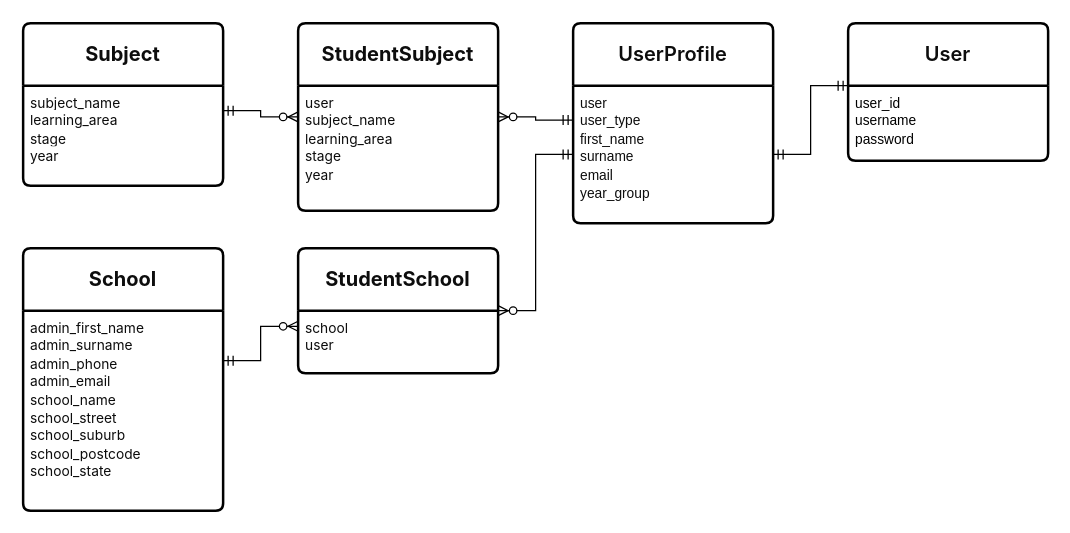
jamesking020773/jamesking020773.github.io keeps this draw.io diagram as ERD Textbook.drawio. Above is the earlier version. Source tidied: cells renumbered, new cells numbered last; positions are measured from the earlier drawing's top-left corner, leaving out a move shared by most shapes. Both pictures are drawn from the tidied source at 125%, with x=0, y=0 at pixel (22, 22).
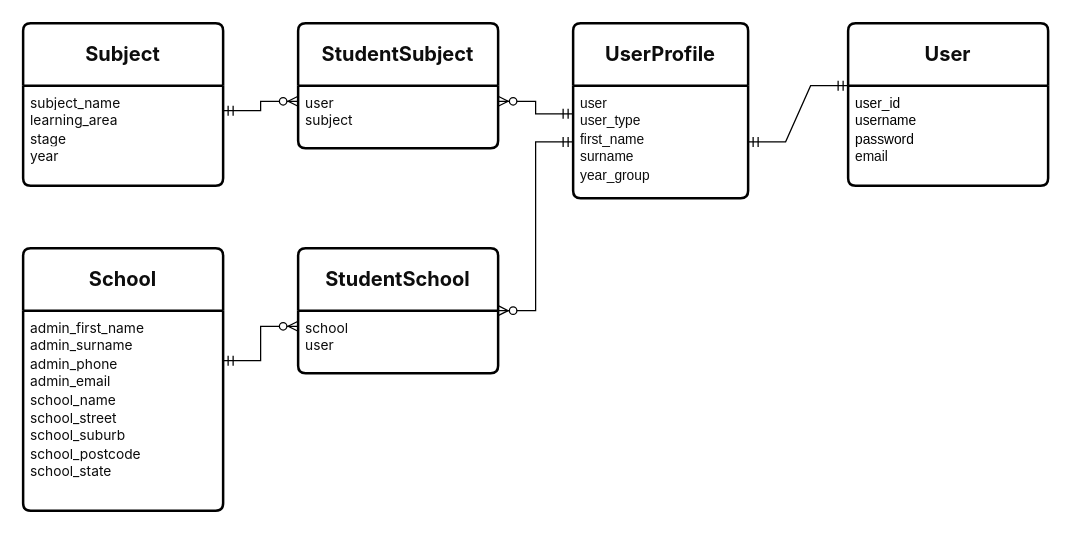
The same page after the edit.

What changed in the source:
```diff
@@
-    <mxCell id="2" value="&lt;span style=&quot;border: 0px solid rgb(227, 227, 227); box-sizing: border-box; --tw-border-spacing-x: 0; --tw-border-spacing-y: 0; --tw-translate-x: 0; --tw-translate-y: 0; --tw-rotate: 0; --tw-skew-x: 0; --tw-skew-y: 0; --tw-scale-x: 1; --tw-scale-y: 1; --tw-pan-x: ; --tw-pan-y: ; --tw-pinch-zoom: ; --tw-scroll-snap-strictness: proximity; --tw-gradient-from-position: ; --tw-gradient-via-position: ; --tw-gradient-to-position: ; --tw-ordinal: ; --tw-slashed-zero: ; --tw-numeric-figure: ; --tw-numeric-spacing: ; --tw-numeric-fraction: ; --tw-ring-inset: ; --tw-ring-offset-width: 0px; --tw-ring-offset-color: #fff; --tw-ring-color: rgba(69,89,164,.5); --tw-ring-offset-shadow: 0 0 transparent; --tw-ring-shadow: 0 0 transparent; --tw-shadow: 0 0 transparent; --tw-shadow-colored: 0 0 transparent; --tw-blur: ; --tw-brightness: ; --tw-contrast: ; --tw-grayscale: ; --tw-hue-rotate: ; --tw-invert: ; --tw-saturate: ; --tw-sepia: ; --tw-drop-shadow: ; --tw-backdrop-blur: ; --tw-backdrop-brightness: ; --tw-backdrop-contrast: ; --tw-backdrop-grayscale: ; --tw-backdrop-hue-rotate: ; --tw-backdrop-invert: ; --tw-backdrop-opacity: ; --tw-backdrop-saturate: ; --tw-backdrop-sepia: ; --tw-contain-size: ; --tw-contain-layout: ; --tw-contain-paint: ; --tw-contain-style: ; font-weight: 600; color: rgb(13, 13, 13); font-family: ui-sans-serif, -apple-system, system-ui, &amp;quot;Segoe UI&amp;quot;, Roboto, Ubuntu, Cantarell, &amp;quot;Noto Sans&amp;quot;, sans-serif, Helvetica, &amp;quot;Apple Color Emoji&amp;quot;, Arial, &amp;quot;Segoe UI Emoji&amp;quot;, &amp;quot;Segoe UI Symbol&amp;quot;; font-size: 16px; text-align: left; white-space-collapse: preserve; background-color: rgb(255, 255, 255);&quot;&gt;UserProfile&lt;/span&gt;" style="swimlane;horizontal=1;startSize=50;rounded=1;fontSize=14;fontStyle=0;strokeWidth=2;shadow=0;dashed=0;align=center;arcSize=4;whiteSpace=wrap;html=1;" parent="1" vertex="1">
-      <mxGeometry x="440" width="160" height="160" as="geometry" />
+    <mxCell id="2" value="&lt;span style=&quot;border: 0px solid rgb(227, 227, 227); box-sizing: border-box; --tw-border-spacing-x: 0; --tw-border-spacing-y: 0; --tw-translate-x: 0; --tw-translate-y: 0; --tw-rotate: 0; --tw-skew-x: 0; --tw-skew-y: 0; --tw-scale-x: 1; --tw-scale-y: 1; --tw-pan-x: ; --tw-pan-y: ; --tw-pinch-zoom: ; --tw-scroll-snap-strictness: proximity; --tw-gradient-from-position: ; --tw-gradient-via-position: ; --tw-gradient-to-position: ; --tw-ordinal: ; --tw-slashed-zero: ; --tw-numeric-figure: ; --tw-numeric-spacing: ; --tw-numeric-fraction: ; --tw-ring-inset: ; --tw-ring-offset-width: 0px; --tw-ring-offset-color: #fff; --tw-ring-color: rgba(69,89,164,.5); --tw-ring-offset-shadow: 0 0 transparent; --tw-ring-shadow: 0 0 transparent; --tw-shadow: 0 0 transparent; --tw-shadow-colored: 0 0 transparent; --tw-blur: ; --tw-brightness: ; --tw-contrast: ; --tw-grayscale: ; --tw-hue-rotate: ; --tw-invert: ; --tw-saturate: ; --tw-sepia: ; --tw-drop-shadow: ; --tw-backdrop-blur: ; --tw-backdrop-brightness: ; --tw-backdrop-contrast: ; --tw-backdrop-grayscale: ; --tw-backdrop-hue-rotate: ; --tw-backdrop-invert: ; --tw-backdrop-opacity: ; --tw-backdrop-saturate: ; --tw-backdrop-sepia: ; --tw-contain-size: ; --tw-contain-layout: ; --tw-contain-paint: ; --tw-contain-style: ; color: rgb(13, 13, 13); font-family: ui-sans-serif, -apple-system, system-ui, &amp;quot;Segoe UI&amp;quot;, Roboto, Ubuntu, Cantarell, &amp;quot;Noto Sans&amp;quot;, sans-serif, Helvetica, &amp;quot;Apple Color Emoji&amp;quot;, Arial, &amp;quot;Segoe UI Emoji&amp;quot;, &amp;quot;Segoe UI Symbol&amp;quot;; font-size: 16px; text-align: left; white-space-collapse: preserve; background-color: rgb(255, 255, 255);&quot;&gt;&lt;b&gt;UserProfile&lt;/b&gt;&lt;/span&gt;" style="swimlane;horizontal=1;startSize=50;rounded=1;fontSize=14;fontStyle=0;strokeWidth=2;shadow=0;dashed=0;align=center;arcSize=4;whiteSpace=wrap;html=1;" parent="1" vertex="1">
+      <mxGeometry x="440" width="140" height="140" as="geometry" />
     </mxCell>
-    <mxCell id="3" value="&lt;span style=&quot;color: rgb(13, 13, 13); white-space: pre-wrap; background-color: rgb(255, 255, 255);&quot;&gt;&lt;font face=&quot;Helvetica&quot; style=&quot;font-size: 11px;&quot;&gt;user&lt;/font&gt;&lt;/span&gt;&lt;div&gt;&lt;span style=&quot;color: rgb(13, 13, 13); white-space: pre-wrap; background-color: rgb(255, 255, 255);&quot;&gt;&lt;font style=&quot;font-size: 11px;&quot; face=&quot;Helvetica&quot;&gt;user_type&lt;/font&gt;&lt;/span&gt;&lt;/div&gt;&lt;div&gt;&lt;span style=&quot;color: rgb(13, 13, 13); white-space: pre-wrap; background-color: rgb(255, 255, 255);&quot;&gt;&lt;font style=&quot;font-size: 11px;&quot; face=&quot;Helvetica&quot;&gt;first_name&lt;/font&gt;&lt;/span&gt;&lt;/div&gt;&lt;div&gt;&lt;span style=&quot;color: rgb(13, 13, 13); white-space: pre-wrap; background-color: rgb(255, 255, 255);&quot;&gt;&lt;font style=&quot;font-size: 11px;&quot; face=&quot;Helvetica&quot;&gt;surname&lt;/font&gt;&lt;/span&gt;&lt;/div&gt;&lt;div&gt;&lt;span style=&quot;color: rgb(13, 13, 13); white-space: pre-wrap; background-color: rgb(255, 255, 255);&quot;&gt;&lt;font style=&quot;font-size: 11px;&quot; face=&quot;Helvetica&quot;&gt;email&lt;/font&gt;&lt;/span&gt;&lt;/div&gt;&lt;div&gt;&lt;span style=&quot;color: rgb(13, 13, 13); white-space: pre-wrap; background-color: rgb(255, 255, 255);&quot;&gt;&lt;font face=&quot;Helvetica&quot; style=&quot;font-size: 11px;&quot;&gt;year_group&lt;/font&gt;&lt;/span&gt;&lt;/div&gt;" style="align=left;strokeColor=none;fillColor=none;spacingLeft=4;fontSize=12;verticalAlign=top;html=1;" parent="2" vertex="1">
-      <mxGeometry y="50" width="160" height="110" as="geometry" />
+    <mxCell id="3" value="&lt;span style=&quot;color: rgb(13, 13, 13); white-space: pre-wrap; background-color: rgb(255, 255, 255);&quot;&gt;&lt;font face=&quot;Helvetica&quot; style=&quot;font-size: 11px;&quot;&gt;user&lt;/font&gt;&lt;/span&gt;&lt;div&gt;&lt;span style=&quot;font-size: 11px; background-color: rgb(255, 255, 255); color: rgb(13, 13, 13); white-space: pre-wrap;&quot;&gt;user_type&lt;/span&gt;&lt;/div&gt;&lt;div&gt;&lt;span style=&quot;font-size: 11px; background-color: rgb(255, 255, 255); color: rgb(13, 13, 13); white-space: pre-wrap;&quot;&gt;first_name&lt;/span&gt;&lt;div&gt;&lt;span style=&quot;color: rgb(13, 13, 13); white-space: pre-wrap; background-color: rgb(255, 255, 255);&quot;&gt;&lt;font style=&quot;font-size: 11px;&quot; face=&quot;Helvetica&quot;&gt;surname&lt;/font&gt;&lt;/span&gt;&lt;/div&gt;&lt;div&gt;&lt;span style=&quot;color: rgb(13, 13, 13); white-space: pre-wrap; background-color: rgb(255, 255, 255);&quot;&gt;&lt;font face=&quot;Helvetica&quot; style=&quot;font-size: 11px;&quot;&gt;year_group&lt;/font&gt;&lt;/span&gt;&lt;/div&gt;&lt;/div&gt;" style="align=left;strokeColor=none;fillColor=none;spacingLeft=4;fontSize=12;verticalAlign=top;html=1;" parent="2" vertex="1">
+      <mxGeometry y="50" width="140" height="90" as="geometry" />
     </mxCell>
-    <mxCell id="4" value="&lt;span style=&quot;color: rgb(13, 13, 13); font-family: ui-sans-serif, -apple-system, system-ui, &amp;quot;Segoe UI&amp;quot;, Roboto, Ubuntu, Cantarell, &amp;quot;Noto Sans&amp;quot;, sans-serif, Helvetica, &amp;quot;Apple Color Emoji&amp;quot;, Arial, &amp;quot;Segoe UI Emoji&amp;quot;, &amp;quot;Segoe UI Symbol&amp;quot;; font-size: 16px; font-weight: 600; text-align: left; white-space-collapse: preserve; background-color: rgb(255, 255, 255);&quot;&gt;User&lt;/span&gt;" style="swimlane;horizontal=1;startSize=50;rounded=1;fontSize=14;fontStyle=0;strokeWidth=2;shadow=0;dashed=0;align=center;arcSize=4;whiteSpace=wrap;html=1;" parent="1" vertex="1">
-      <mxGeometry x="660" width="160" height="110" as="geometry" />
+    <mxCell id="4" value="&lt;span style=&quot;color: rgb(13, 13, 13); font-family: ui-sans-serif, -apple-system, system-ui, &amp;quot;Segoe UI&amp;quot;, Roboto, Ubuntu, Cantarell, &amp;quot;Noto Sans&amp;quot;, sans-serif, Helvetica, &amp;quot;Apple Color Emoji&amp;quot;, Arial, &amp;quot;Segoe UI Emoji&amp;quot;, &amp;quot;Segoe UI Symbol&amp;quot;; font-size: 16px; text-align: left; white-space-collapse: preserve; background-color: rgb(255, 255, 255);&quot;&gt;&lt;b&gt;User&lt;/b&gt;&lt;/span&gt;" style="swimlane;horizontal=1;startSize=50;rounded=1;fontSize=14;fontStyle=0;strokeWidth=2;shadow=0;dashed=0;align=center;arcSize=4;whiteSpace=wrap;html=1;" parent="1" vertex="1">
+      <mxGeometry x="660" width="160" height="130" as="geometry" />
     </mxCell>
-    <mxCell id="5" value="&lt;font style=&quot;font-size: 11px;&quot;&gt;user_id&lt;/font&gt;&lt;div&gt;&lt;font style=&quot;font-size: 11px;&quot;&gt;username&lt;br&gt;&lt;/font&gt;&lt;div&gt;&lt;font style=&quot;font-size: 11px;&quot;&gt;password&lt;/font&gt;&lt;/div&gt;&lt;/div&gt;" style="align=left;strokeColor=none;fillColor=none;spacingLeft=4;fontSize=12;verticalAlign=top;html=1;" parent="4" vertex="1">
-      <mxGeometry y="50" width="160" height="60" as="geometry" />
+    <mxCell id="5" value="&lt;font style=&quot;font-size: 11px;&quot;&gt;user_id&lt;/font&gt;&lt;div&gt;&lt;font style=&quot;font-size: 11px;&quot;&gt;username&lt;br&gt;&lt;/font&gt;&lt;div&gt;&lt;font style=&quot;font-size: 11px;&quot;&gt;password&lt;/font&gt;&lt;/div&gt;&lt;/div&gt;&lt;div&gt;&lt;font style=&quot;font-size: 11px;&quot;&gt;&lt;span style=&quot;color: rgb(13, 13, 13); white-space: pre-wrap; background-color: rgb(255, 255, 255);&quot;&gt;email&lt;/span&gt;&lt;br&gt;&lt;/font&gt;&lt;/div&gt;" style="align=left;strokeColor=none;fillColor=none;spacingLeft=4;fontSize=12;verticalAlign=top;html=1;" parent="4" vertex="1">
+      <mxGeometry y="50" width="160" height="80" as="geometry" />
     </mxCell>
@@
     <mxCell id="11" value="&lt;div style=&quot;text-align: left;&quot;&gt;&lt;font face=&quot;ui-sans-serif, -apple-system, system-ui, Segoe UI, Roboto, Ubuntu, Cantarell, Noto Sans, sans-serif, Helvetica, Apple Color Emoji, Arial, Segoe UI Emoji, Segoe UI Symbol&quot; color=&quot;#0d0d0d&quot;&gt;&lt;span style=&quot;font-size: 16px; white-space-collapse: preserve; background-color: rgb(255, 255, 255);&quot;&gt;&lt;b&gt;StudentSubject&lt;/b&gt;&lt;/span&gt;&lt;/font&gt;&lt;/div&gt;" style="swimlane;horizontal=1;startSize=50;rounded=1;fontSize=14;fontStyle=0;strokeWidth=2;shadow=0;dashed=0;align=center;arcSize=4;whiteSpace=wrap;html=1;" parent="1" vertex="1">
-      <mxGeometry x="220" width="160" height="150" as="geometry" />
+      <mxGeometry x="220" width="160" height="100" as="geometry" />
     </mxCell>
-    <mxCell id="12" value="&lt;div&gt;&lt;span style=&quot;color: rgb(13, 13, 13); font-family: ui-sans-serif, -apple-system, system-ui, &amp;quot;Segoe UI&amp;quot;, Roboto, Ubuntu, Cantarell, &amp;quot;Noto Sans&amp;quot;, sans-serif, Helvetica, &amp;quot;Apple Color Emoji&amp;quot;, Arial, &amp;quot;Segoe UI Emoji&amp;quot;, &amp;quot;Segoe UI Symbol&amp;quot;; white-space: pre-wrap; background-color: rgb(255, 255, 255);&quot;&gt;&lt;font style=&quot;font-size: 11px;&quot;&gt;user&lt;/font&gt;&lt;/span&gt;&lt;/div&gt;&lt;span style=&quot;color: rgb(13, 13, 13); font-family: ui-sans-serif, -apple-system, system-ui, &amp;quot;Segoe UI&amp;quot;, Roboto, Ubuntu, Cantarell, &amp;quot;Noto Sans&amp;quot;, sans-serif, Helvetica, &amp;quot;Apple Color Emoji&amp;quot;, Arial, &amp;quot;Segoe UI Emoji&amp;quot;, &amp;quot;Segoe UI Symbol&amp;quot;; white-space: pre-wrap; background-color: rgb(255, 255, 255);&quot;&gt;&lt;font style=&quot;font-size: 11px;&quot;&gt;subject_name&lt;/font&gt;&lt;/span&gt;&lt;div&gt;&lt;span style=&quot;color: rgb(13, 13, 13); font-family: ui-sans-serif, -apple-system, system-ui, &amp;quot;Segoe UI&amp;quot;, Roboto, Ubuntu, Cantarell, &amp;quot;Noto Sans&amp;quot;, sans-serif, Helvetica, &amp;quot;Apple Color Emoji&amp;quot;, Arial, &amp;quot;Segoe UI Emoji&amp;quot;, &amp;quot;Segoe UI Symbol&amp;quot;; white-space: pre-wrap; background-color: rgb(255, 255, 255);&quot;&gt;&lt;font style=&quot;font-size: 11px;&quot;&gt;learning_area&lt;/font&gt;&lt;/span&gt;&lt;/div&gt;&lt;div&gt;&lt;span style=&quot;color: rgb(13, 13, 13); font-family: ui-sans-serif, -apple-system, system-ui, &amp;quot;Segoe UI&amp;quot;, Roboto, Ubuntu, Cantarell, &amp;quot;Noto Sans&amp;quot;, sans-serif, Helvetica, &amp;quot;Apple Color Emoji&amp;quot;, Arial, &amp;quot;Segoe UI Emoji&amp;quot;, &amp;quot;Segoe UI Symbol&amp;quot;; white-space: pre-wrap; background-color: rgb(255, 255, 255);&quot;&gt;&lt;font style=&quot;font-size: 11px;&quot;&gt;stage&lt;/font&gt;&lt;/span&gt;&lt;/div&gt;&lt;div&gt;&lt;span style=&quot;background-color: rgb(255, 255, 255); color: rgb(13, 13, 13); font-family: ui-sans-serif, -apple-system, system-ui, &amp;quot;Segoe UI&amp;quot;, Roboto, Ubuntu, Cantarell, &amp;quot;Noto Sans&amp;quot;, sans-serif, Helvetica, &amp;quot;Apple Color Emoji&amp;quot;, Arial, &amp;quot;Segoe UI Emoji&amp;quot;, &amp;quot;Segoe UI Symbol&amp;quot;; white-space: pre-wrap;&quot;&gt;&lt;font style=&quot;font-size: 11px;&quot;&gt;year&lt;/font&gt;&lt;/span&gt;&lt;/div&gt;" style="align=left;strokeColor=none;fillColor=none;spacingLeft=4;fontSize=12;verticalAlign=top;html=1;" parent="11" vertex="1">
-      <mxGeometry y="50" width="160" height="100" as="geometry" />
+    <mxCell id="12" value="&lt;div&gt;&lt;span style=&quot;color: rgb(13, 13, 13); font-family: ui-sans-serif, -apple-system, system-ui, &amp;quot;Segoe UI&amp;quot;, Roboto, Ubuntu, Cantarell, &amp;quot;Noto Sans&amp;quot;, sans-serif, Helvetica, &amp;quot;Apple Color Emoji&amp;quot;, Arial, &amp;quot;Segoe UI Emoji&amp;quot;, &amp;quot;Segoe UI Symbol&amp;quot;; white-space: pre-wrap; background-color: rgb(255, 255, 255);&quot;&gt;&lt;font style=&quot;font-size: 11px;&quot;&gt;user&lt;/font&gt;&lt;/span&gt;&lt;/div&gt;&lt;font face=&quot;ui-sans-serif, -apple-system, system-ui, Segoe UI, Roboto, Ubuntu, Cantarell, Noto Sans, sans-serif, Helvetica, Apple Color Emoji, Arial, Segoe UI Emoji, Segoe UI Symbol&quot; color=&quot;#0d0d0d&quot;&gt;&lt;span style=&quot;font-size: 11px; white-space: pre-wrap; background-color: rgb(255, 255, 255);&quot;&gt;subject&lt;/span&gt;&lt;/font&gt;" style="align=left;strokeColor=none;fillColor=none;spacingLeft=4;fontSize=12;verticalAlign=top;html=1;" parent="11" vertex="1">
+      <mxGeometry y="50" width="160" height="50" as="geometry" />
     </mxCell>
```
